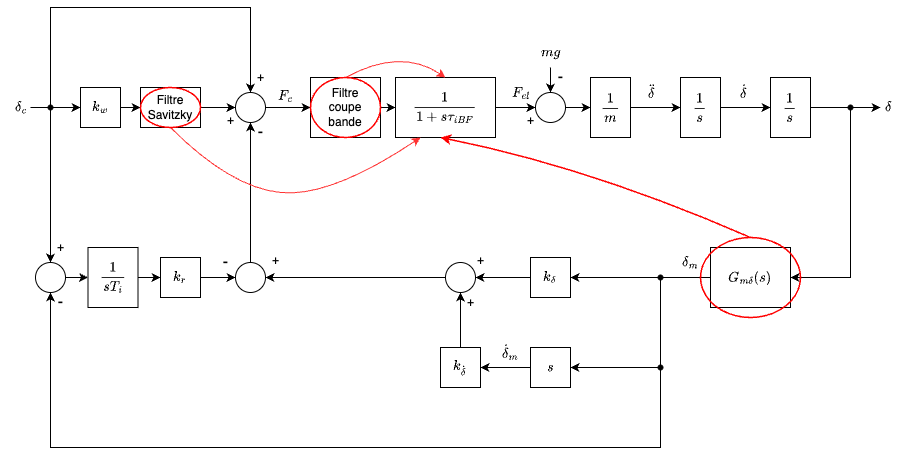
Earlier version of the draw.io export assets/Chap4/RegPosBloc.png (ulucinar-can/template-tb). Source tidied: cells renumbered, new cells last; positions are measured from the earlier drawing's top-left corner, leaving out a move shared by most shapes.
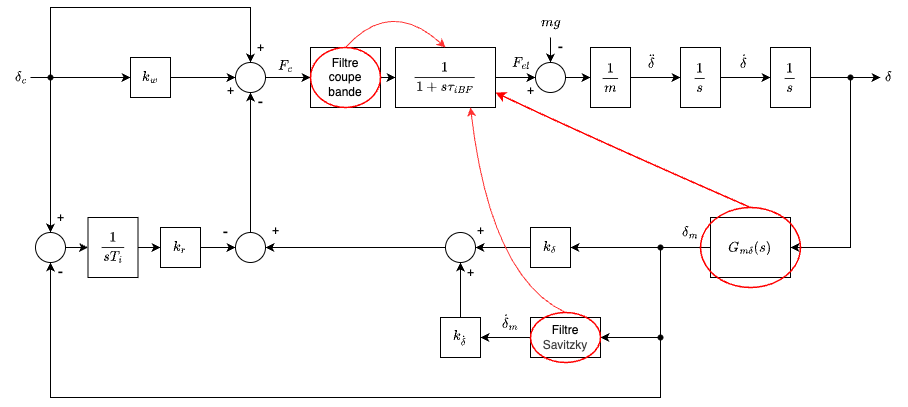
The same file after the commit.

What changed in the source:
```diff
@@ -32,9 +32,6 @@
     <mxCell id="11" value="$$\dot{\delta}_m$$" style="text;html=1;align=center;verticalAlign=middle;strokeColor=none;fillColor=none;" parent="1" vertex="1">
       <mxGeometry x="490" y="330" width="40" height="30" as="geometry" />
     </mxCell>
-    <mxCell id="12" value="Filtre&lt;div&gt;Savitzky&lt;/div&gt;" style="rounded=0;whiteSpace=wrap;html=1;fillColor=#ffffff;" parent="1" vertex="1">
-      <mxGeometry x="140" y="80" width="60" height="40" as="geometry" />
-    </mxCell>
     <mxCell id="13" value="$$\frac{1}{1 + s\tau_{iBF}}$$" style="rounded=0;whiteSpace=wrap;html=1;fillColor=#ffffff;" parent="1" vertex="1">
       <mxGeometry x="395" y="70" width="100" height="60" as="geometry" />
     </mxCell>
@@ -59,8 +56,8 @@
     <mxCell id="20" value="$$k_{\dot{\delta}}$$" style="rounded=0;whiteSpace=wrap;html=1;fillColor=#ffffff;" parent="1" vertex="1">
       <mxGeometry x="440" y="340" width="40" height="40" as="geometry" />
     </mxCell>
-    <mxCell id="21" value="$$s$$" style="rounded=0;whiteSpace=wrap;html=1;fillColor=#ffffff;" parent="1" vertex="1">
-      <mxGeometry x="530" y="340" width="40" height="40" as="geometry" />
+    <mxCell id="21" value="&lt;span style=&quot;color: rgb(0, 0, 0);&quot;&gt;Filtre&lt;/span&gt;&lt;div style=&quot;color: rgb(63, 63, 63); scrollbar-color: rgb(226, 226, 226) rgb(251, 251, 251);&quot;&gt;Savitzky&lt;/div&gt;" style="rounded=0;whiteSpace=wrap;html=1;fillColor=#ffffff;" parent="1" vertex="1">
+      <mxGeometry x="530" y="340" width="70" height="40" as="geometry" />
     </mxCell>
     <mxCell id="22" value="$$G_{m\delta}(s)$$" style="rounded=0;whiteSpace=wrap;html=1;fillColor=#ffffff;" parent="1" vertex="1">
       <mxGeometry x="710" y="240" width="80" height="60" as="geometry" />
@@ -134,15 +131,15 @@
         <mxPoint x="50" y="100" as="targetPoint" />
       </mxGeometry>
     </mxCell>
-    <mxCell id="45" style="endArrow=classic;html=1;rounded=0;" parent="1" edge="1" source="12" target="24">
+    <mxCell id="45" style="endArrow=classic;html=1;rounded=0;" parent="1" edge="1" source="73" target="24">
       <mxGeometry relative="1" as="geometry" />
     </mxCell>
     <mxCell id="46" style="endArrow=classic;html=1;edgeStyle=orthogonalEdgeStyle;rounded=0;" parent="1" edge="1" target="24">
       <mxGeometry relative="1" as="geometry">
         <mxPoint x="50" y="100" as="sourcePoint" />
         <Array as="points">
-          <mxPoint x="50" />
-          <mxPoint x="250" />
+          <mxPoint x="50" y="30" />
+          <mxPoint x="250" y="30" />
         </Array>
       </mxGeometry>
     </mxCell>
@@ -232,17 +229,16 @@
       <mxGeometry relative="1" as="geometry">
         <mxPoint x="660" y="360" as="sourcePoint" />
         <Array as="points">
-          <mxPoint x="660" y="440" />
-          <mxPoint x="50" y="440" />
+          <mxPoint x="660" y="420" />
+          <mxPoint x="50" y="420" />
         </Array>
       </mxGeometry>
     </mxCell>
     <mxCell id="68" style="ellipse;whiteSpace=wrap;html=1;fillColor=none;strokeColor=#FF0000;strokeWidth=1.5;" parent="1" vertex="1">
       <mxGeometry x="700" y="230" width="100" height="80" as="geometry" />
     </mxCell>
-    <mxCell id="69" style="endArrow=classic;html=1;curved=1;strokeColor=#FF0000;strokeWidth=1.5;exitX=0.5;exitY=0;exitDx=0;exitDy=0;" parent="1" edge="1" source="68">
+    <mxCell id="69" style="endArrow=classic;html=1;curved=1;strokeColor=#FF0000;strokeWidth=1.5;exitX=0.5;exitY=0;exitDx=0;exitDy=0;entryX=1;entryY=0.75;entryDx=0;entryDy=0;" parent="1" edge="1" source="68" target="13">
       <mxGeometry relative="1" as="geometry">
-        <mxPoint x="440" y="130" as="targetPoint" />
         <Array as="points">
           <mxPoint x="590" y="160" />
         </Array>
@@ -254,32 +250,28 @@
     <mxCell id="71" value="Filtre&lt;div&gt;coupe bande&lt;/div&gt;" style="rounded=0;whiteSpace=wrap;html=1;fillColor=#ffffff;" parent="1" vertex="1">
       <mxGeometry x="310" y="70" width="70" height="60" as="geometry" />
     </mxCell>
-    <mxCell id="72" style="edgeStyle=none;html=1;entryX=0;entryY=0.5;entryDx=0;entryDy=0;" parent="1" edge="1" source="73" target="12">
-      <mxGeometry relative="1" as="geometry" />
-    </mxCell>
     <mxCell id="73" value="&lt;span style=&quot;color: rgb(0, 0, 0);&quot;&gt;$$k_w$$&lt;/span&gt;" style="rounded=0;whiteSpace=wrap;html=1;fillColor=#ffffff;" parent="1" vertex="1">
-      <mxGeometry x="80" y="80" width="40" height="40" as="geometry" />
+      <mxGeometry x="130" y="80" width="40" height="40" as="geometry" />
     </mxCell>
     <mxCell id="74" style="edgeStyle=none;html=1;exitX=0.5;exitY=0;exitDx=0;exitDy=0;entryX=0.5;entryY=0;entryDx=0;entryDy=0;strokeColor=#FF3333;rounded=0;curved=1;" parent="1" edge="1" source="75" target="13">
       <mxGeometry relative="1" as="geometry">
         <Array as="points">
-          <mxPoint x="400" y="40" />
+          <mxPoint x="390" y="20" />
         </Array>
       </mxGeometry>
     </mxCell>
     <mxCell id="75" style="ellipse;whiteSpace=wrap;html=1;fillColor=none;strokeColor=#FF0000;strokeWidth=1.5;" parent="1" vertex="1">
       <mxGeometry x="310" y="70" width="70" height="60" as="geometry" />
     </mxCell>
-    <mxCell id="76" style="edgeStyle=none;html=1;entryX=0.25;entryY=1;entryDx=0;entryDy=0;rounded=0;curved=1;strokeColor=#FF3333;exitX=0.5;exitY=1;exitDx=0;exitDy=0;" parent="1" edge="1" source="77" target="13">
+    <mxCell id="76" style="edgeStyle=none;html=1;rounded=0;curved=1;strokeColor=#FF3333;exitX=0.5;exitY=0;exitDx=0;exitDy=0;entryX=0.75;entryY=1;entryDx=0;entryDy=0;" parent="1" edge="1" source="77" target="13">
       <mxGeometry relative="1" as="geometry">
         <Array as="points">
-          <mxPoint x="230" y="180" />
-          <mxPoint x="330" y="190" />
+          <mxPoint x="490" y="300" />
         </Array>
       </mxGeometry>
     </mxCell>
     <mxCell id="77" style="ellipse;whiteSpace=wrap;html=1;fillColor=none;strokeColor=#FF0000;strokeWidth=1.5;" parent="1" vertex="1">
-      <mxGeometry x="140" y="80" width="60" height="40" as="geometry" />
+      <mxGeometry x="530" y="335" width="70" height="50" as="geometry" />
     </mxCell>
   </root>
 </mxGraphModel>
```
